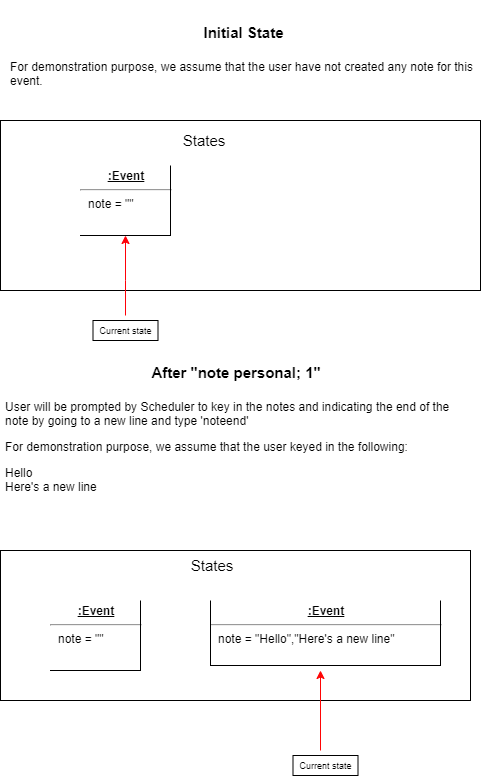
Before: docs/diagrams/NoteCommandScenario.png, a diagram exported from draw.io (nus-cs2113-AY2021S1/tp). Source tidied: cells renumbered, new cells last; positions are measured from the earlier drawing's top-left corner, leaving out a move shared by most shapes. The source it was exported from:
```xml
<mxGraphModel>
  <root>
    <mxCell id="0" />
    <mxCell id="1" parent="0" />
    <mxCell id="2" style="rounded=0;whiteSpace=wrap;html=1;labelBackgroundColor=#ffffff;fontSize=15;" parent="1" vertex="1">
      <mxGeometry y="540" width="470" height="150" as="geometry" />
    </mxCell>
    <mxCell id="3" value="States" style="text;html=1;strokeColor=none;fillColor=none;align=center;verticalAlign=middle;whiteSpace=wrap;rounded=0;labelBackgroundColor=#ffffff;fontSize=15;" parent="1" vertex="1">
      <mxGeometry x="192" y="545" width="40" height="20" as="geometry" />
    </mxCell>
    <mxCell id="4" value="&lt;p style=&quot;margin: 0px ; margin-top: 4px ; text-align: center ; text-decoration: underline&quot;&gt;&lt;b&gt;:Event&lt;/b&gt;&lt;/p&gt;&lt;hr&gt;&lt;p style=&quot;margin: 0px ; margin-left: 8px&quot;&gt;note = &quot;&quot;&lt;/p&gt;" style="verticalAlign=top;align=left;overflow=fill;fontSize=12;fontFamily=Helvetica;html=1;labelBackgroundColor=#ffffff;noLabel=0;shadow=0;border:3px;" parent="1" vertex="1">
      <mxGeometry x="50" y="590" width="90" height="70" as="geometry" />
    </mxCell>
    <mxCell id="5" style="endArrow=none;html=1;fontSize=15;exitX=1;exitY=0;exitDx=0;exitDy=0;entryX=1;entryY=1;entryDx=0;entryDy=0;" parent="1" edge="1" source="4" target="4">
      <mxGeometry relative="1" as="geometry" />
    </mxCell>
    <mxCell id="6" value="&lt;p style=&quot;margin: 0px ; margin-top: 4px ; text-align: center ; text-decoration: underline&quot;&gt;&lt;b&gt;:Event&lt;/b&gt;&lt;/p&gt;&lt;hr&gt;&lt;p style=&quot;margin: 0px ; margin-left: 8px&quot;&gt;note = &quot;Hello&quot;,&quot;Here's a new line&quot;&lt;/p&gt;" style="verticalAlign=top;align=left;overflow=fill;fontSize=12;fontFamily=Helvetica;html=1;labelBackgroundColor=#ffffff;noLabel=0;shadow=0;border:3px;" parent="1" vertex="1">
      <mxGeometry x="210" y="590" width="230" height="65" as="geometry" />
    </mxCell>
    <mxCell id="7" style="endArrow=none;html=1;fontSize=15;entryX=1;entryY=1;entryDx=0;entryDy=0;" parent="1" edge="1">
      <mxGeometry relative="1" as="geometry">
        <mxPoint x="210" y="590" as="sourcePoint" />
        <mxPoint x="210" y="655" as="targetPoint" />
      </mxGeometry>
    </mxCell>
    <mxCell id="8" value="Current state" style="rounded=0;whiteSpace=wrap;html=1;shadow=0;labelBackgroundColor=#ffffff;fontSize=9;" parent="1" vertex="1">
      <mxGeometry x="292.5" y="745" width="65" height="20" as="geometry" />
    </mxCell>
    <mxCell id="9" style="rounded=0;whiteSpace=wrap;html=1;labelBackgroundColor=#ffffff;fontSize=15;" parent="1" vertex="1">
      <mxGeometry y="110" width="480" height="170" as="geometry" />
    </mxCell>
    <mxCell id="10" value="States" style="text;html=1;strokeColor=none;fillColor=none;align=center;verticalAlign=middle;whiteSpace=wrap;rounded=0;labelBackgroundColor=#ffffff;fontSize=15;" parent="1" vertex="1">
      <mxGeometry x="184" y="120" width="40" height="20" as="geometry" />
    </mxCell>
    <mxCell id="11" value="&lt;p style=&quot;margin: 0px ; margin-top: 4px ; text-align: center ; text-decoration: underline&quot;&gt;&lt;b&gt;:Event&lt;/b&gt;&lt;/p&gt;&lt;hr&gt;&lt;p style=&quot;margin: 0px ; margin-left: 8px&quot;&gt;note = &quot;&quot;&lt;/p&gt;" style="verticalAlign=top;align=left;overflow=fill;fontSize=12;fontFamily=Helvetica;html=1;labelBackgroundColor=#ffffff;noLabel=0;shadow=0;border:3px;" parent="1" vertex="1">
      <mxGeometry x="80" y="155" width="90" height="70" as="geometry" />
    </mxCell>
    <mxCell id="12" style="endArrow=none;html=1;fontSize=15;exitX=1;exitY=0;exitDx=0;exitDy=0;entryX=1;entryY=1;entryDx=0;entryDy=0;" parent="1" edge="1" source="11" target="11">
      <mxGeometry relative="1" as="geometry" />
    </mxCell>
    <mxCell id="13" style="edgeStyle=none;rounded=0;orthogonalLoop=1;jettySize=auto;html=1;startArrow=classic;startFill=1;endArrow=none;endFill=0;fontSize=15;strokeColor=#FF0008;" parent="1" edge="1">
      <mxGeometry relative="1" as="geometry">
        <mxPoint x="125" y="225" as="sourcePoint" />
        <mxPoint x="125" y="305" as="targetPoint" />
        <Array as="points">
          <mxPoint x="125" y="270" />
        </Array>
      </mxGeometry>
    </mxCell>
    <mxCell id="14" value="Current state" style="rounded=0;whiteSpace=wrap;html=1;shadow=0;labelBackgroundColor=#ffffff;fontSize=9;" parent="1" vertex="1">
      <mxGeometry x="92.5" y="310" width="65" height="20" as="geometry" />
    </mxCell>
    <mxCell id="15" value="&lt;p style=&quot;line-height: 80%&quot;&gt;&lt;/p&gt;&lt;h1 style=&quot;text-align: center&quot;&gt;&lt;font style=&quot;font-size: 15px&quot;&gt;After &quot;note personal; 1&quot;&lt;/font&gt;&lt;/h1&gt;&lt;p&gt;User will be prompted by Scheduler to key in the notes and indicating the end of the note by going to a new line and type 'noteend'&lt;/p&gt;&lt;p&gt;For demonstration purpose, we assume that the user keyed in the following:&lt;/p&gt;&lt;p&gt;Hello &lt;br&gt; Here's a new line&lt;/p&gt;" style="text;html=1;strokeColor=none;fillColor=none;spacing=5;spacingTop=-20;whiteSpace=wrap;overflow=hidden;rounded=0;" parent="1" vertex="1">
      <mxGeometry y="340" width="470" height="180" as="geometry" />
    </mxCell>
    <mxCell id="16" value="&lt;p style=&quot;line-height: 80%&quot;&gt;&lt;/p&gt;&lt;h1 style=&quot;text-align: center&quot;&gt;&lt;span style=&quot;text-align: left ; font-size: 15px&quot;&gt;Initial State&lt;/span&gt;&lt;/h1&gt;&lt;p&gt;For demonstration purpose, we assume that the user have not created any note for this event.&lt;/p&gt;" style="text;html=1;strokeColor=none;fillColor=none;spacing=5;spacingTop=-20;whiteSpace=wrap;overflow=hidden;rounded=0;" parent="1" vertex="1">
      <mxGeometry x="5" width="475" height="100" as="geometry" />
    </mxCell>
    <mxCell id="17" style="endArrow=classic;html=1;strokeColor=#FF0505;" parent="1" edge="1">
      <mxGeometry relative="1" as="geometry">
        <mxPoint x="320" y="740" as="sourcePoint" />
        <mxPoint x="320" y="660" as="targetPoint" />
      </mxGeometry>
    </mxCell>
    <mxCell id="18" style="endArrow=none;html=1;fontSize=15;entryX=1;entryY=1;entryDx=0;entryDy=0;" parent="1" edge="1">
      <mxGeometry relative="1" as="geometry">
        <mxPoint x="440" y="590" as="sourcePoint" />
        <mxPoint x="440" y="655" as="targetPoint" />
      </mxGeometry>
    </mxCell>
  </root>
</mxGraphModel>
```
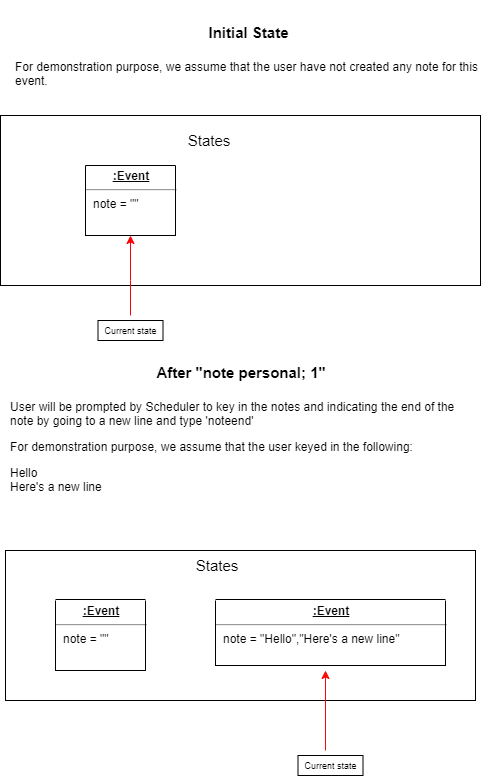
Above is the later version.

Diff of the diagram source:
```diff
@@ -27,7 +27,7 @@
       <mxGeometry x="292.5" y="745" width="65" height="20" as="geometry" />
     </mxCell>
     <mxCell id="9" style="rounded=0;whiteSpace=wrap;html=1;labelBackgroundColor=#ffffff;fontSize=15;" parent="1" vertex="1">
-      <mxGeometry y="110" width="480" height="170" as="geometry" />
+      <mxGeometry x="-5" y="105" width="480" height="170" as="geometry" />
     </mxCell>
     <mxCell id="10" value="States" style="text;html=1;strokeColor=none;fillColor=none;align=center;verticalAlign=middle;whiteSpace=wrap;rounded=0;labelBackgroundColor=#ffffff;fontSize=15;" parent="1" vertex="1">
       <mxGeometry x="184" y="120" width="40" height="20" as="geometry" />
@@ -68,5 +68,33 @@
         <mxPoint x="440" y="655" as="targetPoint" />
       </mxGeometry>
     </mxCell>
+    <mxCell id="19" style="endArrow=none;html=1;fontSize=15;exitX=1;exitY=0;exitDx=0;exitDy=0;entryX=1;entryY=1;entryDx=0;entryDy=0;" parent="1" edge="1">
+      <mxGeometry relative="1" as="geometry">
+        <mxPoint x="170" y="155" as="sourcePoint" />
+        <mxPoint x="80" y="155" as="targetPoint" />
+      </mxGeometry>
+    </mxCell>
+    <mxCell id="20" style="endArrow=none;html=1;fontSize=15;exitX=1;exitY=0;exitDx=0;exitDy=0;entryX=0;entryY=1;entryDx=0;entryDy=0;" parent="1" edge="1" target="11">
+      <mxGeometry relative="1" as="geometry">
+        <mxPoint x="80" y="155" as="sourcePoint" />
+      </mxGeometry>
+    </mxCell>
+    <mxCell id="21" style="endArrow=none;html=1;fontSize=15;exitX=1;exitY=0;exitDx=0;exitDy=0;entryX=1;entryY=1;entryDx=0;entryDy=0;" parent="1" edge="1">
+      <mxGeometry relative="1" as="geometry">
+        <mxPoint x="140" y="589" as="sourcePoint" />
+        <mxPoint x="50" y="589" as="targetPoint" />
+      </mxGeometry>
+    </mxCell>
+    <mxCell id="22" style="endArrow=none;html=1;fontSize=15;entryX=1;entryY=1;entryDx=0;entryDy=0;" parent="1" edge="1">
+      <mxGeometry relative="1" as="geometry">
+        <mxPoint x="440" y="589" as="sourcePoint" />
+        <mxPoint x="210" y="589" as="targetPoint" />
+      </mxGeometry>
+    </mxCell>
+    <mxCell id="23" style="endArrow=none;html=1;fontSize=15;exitX=1;exitY=0;exitDx=0;exitDy=0;entryX=0;entryY=1;entryDx=0;entryDy=0;" parent="1" edge="1" target="4">
+      <mxGeometry relative="1" as="geometry">
+        <mxPoint x="50" y="590" as="sourcePoint" />
+      </mxGeometry>
+    </mxCell>
   </root>
 </mxGraphModel>
```
